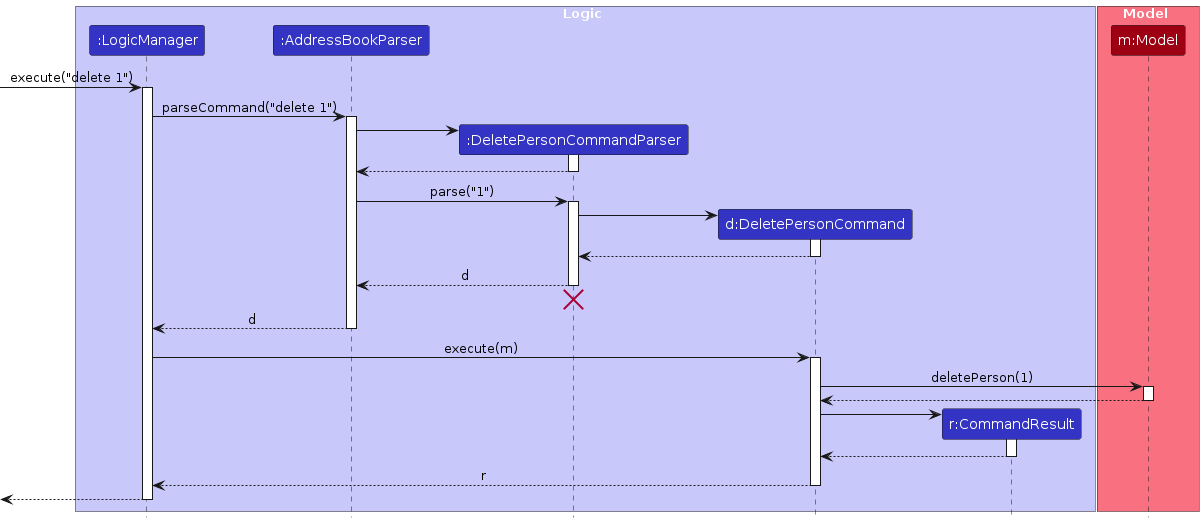
Before: diagrams/DeleteSequenceDiagram.png, a diagram exported from PlantUML (FooChao/tp). Its source is kept beside it as diagrams/DeleteSequenceDiagram.puml. The source it was exported from:
```plantuml
@startuml
!include style.puml
skinparam ArrowFontStyle plain

box Logic LOGIC_COLOR_T1
participant ":LogicManager" as LogicManager LOGIC_COLOR
participant ":AddressBookParser" as AddressBookParser LOGIC_COLOR
participant ":DeletePersonCommandParser" as DeletePersonCommandParser LOGIC_COLOR
participant "d:DeletePersonCommand" as DeletePersonCommand LOGIC_COLOR
participant "r:CommandResult" as CommandResult LOGIC_COLOR
end box

box Model MODEL_COLOR_T1
participant "m:Model" as Model MODEL_COLOR
end box

[-> LogicManager : execute("delete 1")
activate LogicManager

LogicManager -> AddressBookParser : parseCommand("delete 1")
activate AddressBookParser

create DeletePersonCommandParser
AddressBookParser -> DeletePersonCommandParser
activate DeletePersonCommandParser

DeletePersonCommandParser --> AddressBookParser
deactivate DeletePersonCommandParser

AddressBookParser -> DeletePersonCommandParser : parse("1")
activate DeletePersonCommandParser

create DeletePersonCommand
DeletePersonCommandParser -> DeletePersonCommand
activate DeletePersonCommand

DeletePersonCommand --> DeletePersonCommandParser :
deactivate DeletePersonCommand

DeletePersonCommandParser --> AddressBookParser : d
deactivate DeletePersonCommandParser
DeletePersonCommandParser -[hidden]-> AddressBookParser
destroy DeletePersonCommandParser

AddressBookParser --> LogicManager : d
deactivate AddressBookParser

LogicManager -> DeletePersonCommand : execute(m)
activate DeletePersonCommand

DeletePersonCommand -> Model : deletePerson(1)
activate Model

Model --> DeletePersonCommand
deactivate Model

create CommandResult
DeletePersonCommand -> CommandResult
activate CommandResult

CommandResult --> DeletePersonCommand
deactivate CommandResult

DeletePersonCommand --> LogicManager : r
deactivate DeletePersonCommand

[<--LogicManager
deactivate LogicManager
@enduml
```
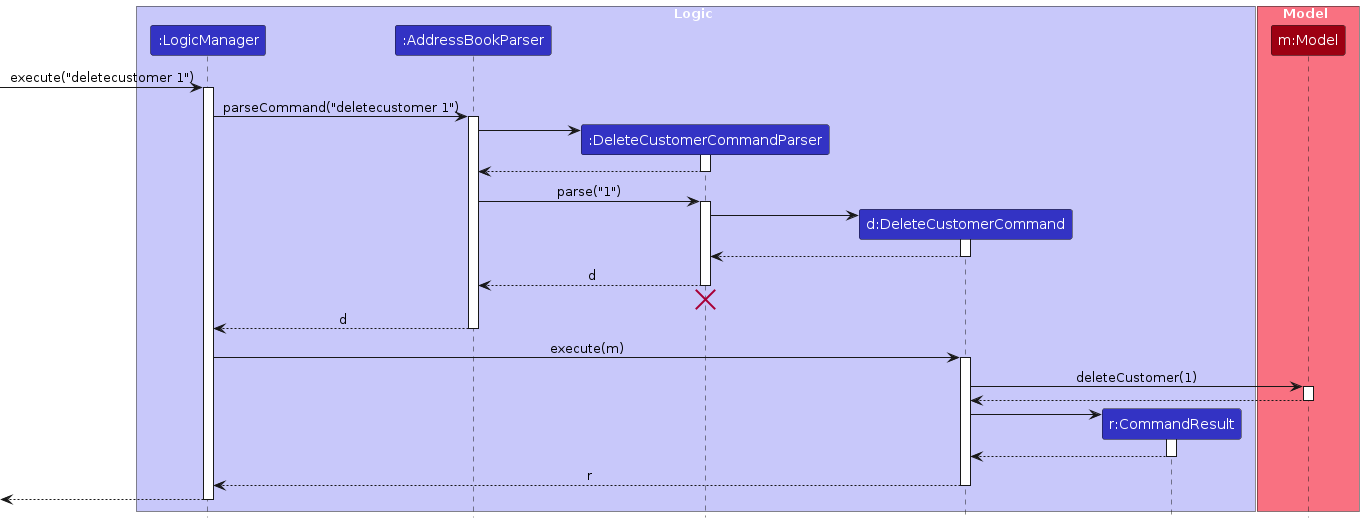
After the commit.

What changed in the source:
```diff
@@ -5,8 +5,8 @@
 box Logic LOGIC_COLOR_T1
 participant ":LogicManager" as LogicManager LOGIC_COLOR
 participant ":AddressBookParser" as AddressBookParser LOGIC_COLOR
-participant ":DeletePersonCommandParser" as DeletePersonCommandParser LOGIC_COLOR
-participant "d:DeletePersonCommand" as DeletePersonCommand LOGIC_COLOR
+participant ":DeleteCustomerCommandParser" as DeleteCustomerCommandParser LOGIC_COLOR
+participant "d:DeleteCustomerCommand" as DeleteCustomerCommand LOGIC_COLOR
 participant "r:CommandResult" as CommandResult LOGIC_COLOR
 end box
 
@@ -14,55 +14,55 @@
 participant "m:Model" as Model MODEL_COLOR
 end box
 
-[-> LogicManager : execute("delete 1")
+[-> LogicManager : execute("deletecustomer 1")
 activate LogicManager
 
-LogicManager -> AddressBookParser : parseCommand("delete 1")
+LogicManager -> AddressBookParser : parseCommand("deletecustomer 1")
 activate AddressBookParser
 
-create DeletePersonCommandParser
-AddressBookParser -> DeletePersonCommandParser
-activate DeletePersonCommandParser
+create DeleteCustomerCommandParser
+AddressBookParser -> DeleteCustomerCommandParser
+activate DeleteCustomerCommandParser
 
-DeletePersonCommandParser --> AddressBookParser
-deactivate DeletePersonCommandParser
+DeleteCustomerCommandParser --> AddressBookParser
+deactivate DeleteCustomerCommandParser
 
-AddressBookParser -> DeletePersonCommandParser : parse("1")
-activate DeletePersonCommandParser
+AddressBookParser -> DeleteCustomerCommandParser : parse("1")
+activate DeleteCustomerCommandParser
 
-create DeletePersonCommand
-DeletePersonCommandParser -> DeletePersonCommand
-activate DeletePersonCommand
+create DeleteCustomerCommand
+DeleteCustomerCommandParser -> DeleteCustomerCommand
+activate DeleteCustomerCommand
 
-DeletePersonCommand --> DeletePersonCommandParser :
-deactivate DeletePersonCommand
+DeleteCustomerCommand --> DeleteCustomerCommandParser :
+deactivate DeleteCustomerCommand
 
-DeletePersonCommandParser --> AddressBookParser : d
-deactivate DeletePersonCommandParser
-DeletePersonCommandParser -[hidden]-> AddressBookParser
-destroy DeletePersonCommandParser
+DeleteCustomerCommandParser --> AddressBookParser : d
+deactivate DeleteCustomerCommandParser
+DeleteCustomerCommandParser -[hidden]-> AddressBookParser
+destroy DeleteCustomerCommandParser
 
 AddressBookParser --> LogicManager : d
 deactivate AddressBookParser
 
-LogicManager -> DeletePersonCommand : execute(m)
-activate DeletePersonCommand
+LogicManager -> DeleteCustomerCommand : execute(m)
+activate DeleteCustomerCommand
 
-DeletePersonCommand -> Model : deletePerson(1)
+DeleteCustomerCommand -> Model : deleteCustomer(1)
 activate Model
 
-Model --> DeletePersonCommand
+Model --> DeleteCustomerCommand
 deactivate Model
 
 create CommandResult
-DeletePersonCommand -> CommandResult
+DeleteCustomerCommand -> CommandResult
 activate CommandResult
 
-CommandResult --> DeletePersonCommand
+CommandResult --> DeleteCustomerCommand
 deactivate CommandResult
 
-DeletePersonCommand --> LogicManager : r
-deactivate DeletePersonCommand
+DeleteCustomerCommand --> LogicManager : r
+deactivate DeleteCustomerCommand
 
 [<--LogicManager
 deactivate LogicManager
```
